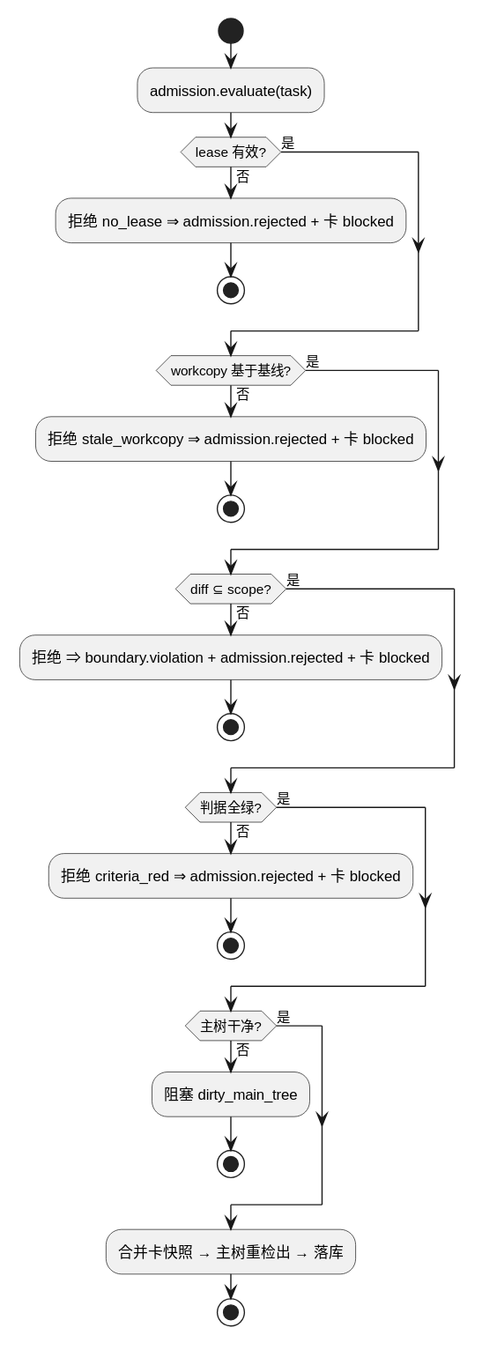
raitpor/dsh-software-dev-office keeps this PlantUML diagram as design/diagrams/p4-admission.svg. Above is the earlier version.
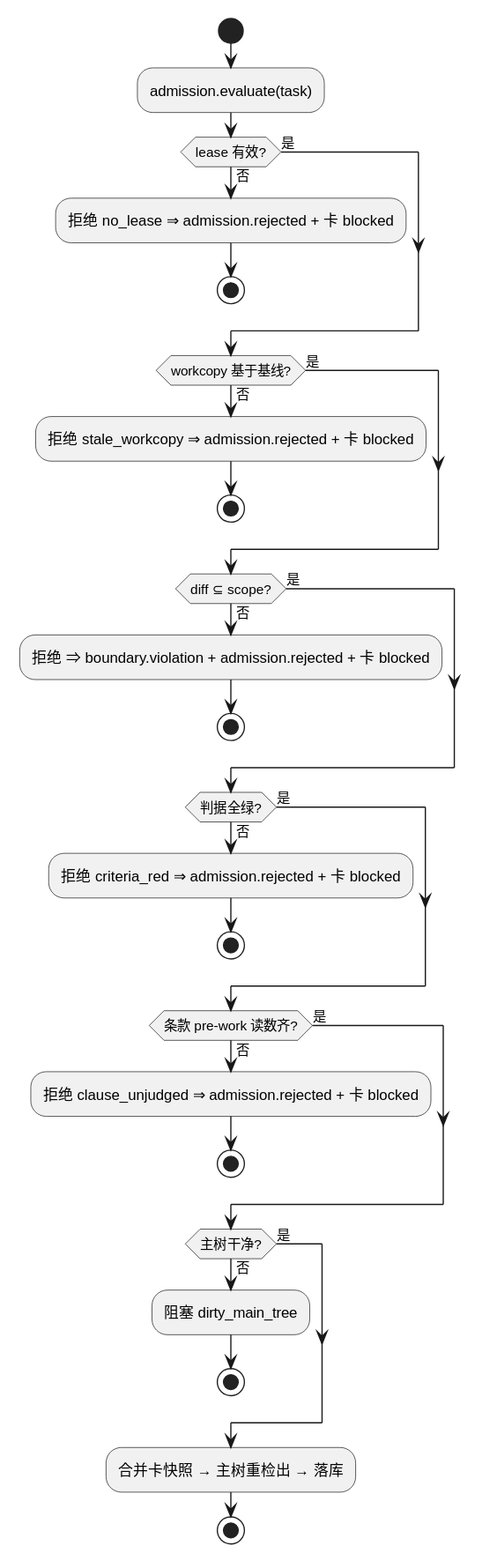
After the commit.

Change to the diagram source:
```diff
@@ -21,6 +21,11 @@
   stop
 else (是)
 endif
+if (条款 pre-work 读数齐?) then (否)
+  :拒绝 clause_unjudged ⇒ admission.rejected + 卡 blocked;
+  stop
+else (是)
+endif
 if (主树干净?) then (否)
   :阻塞 dirty_main_tree;
   stop
```
